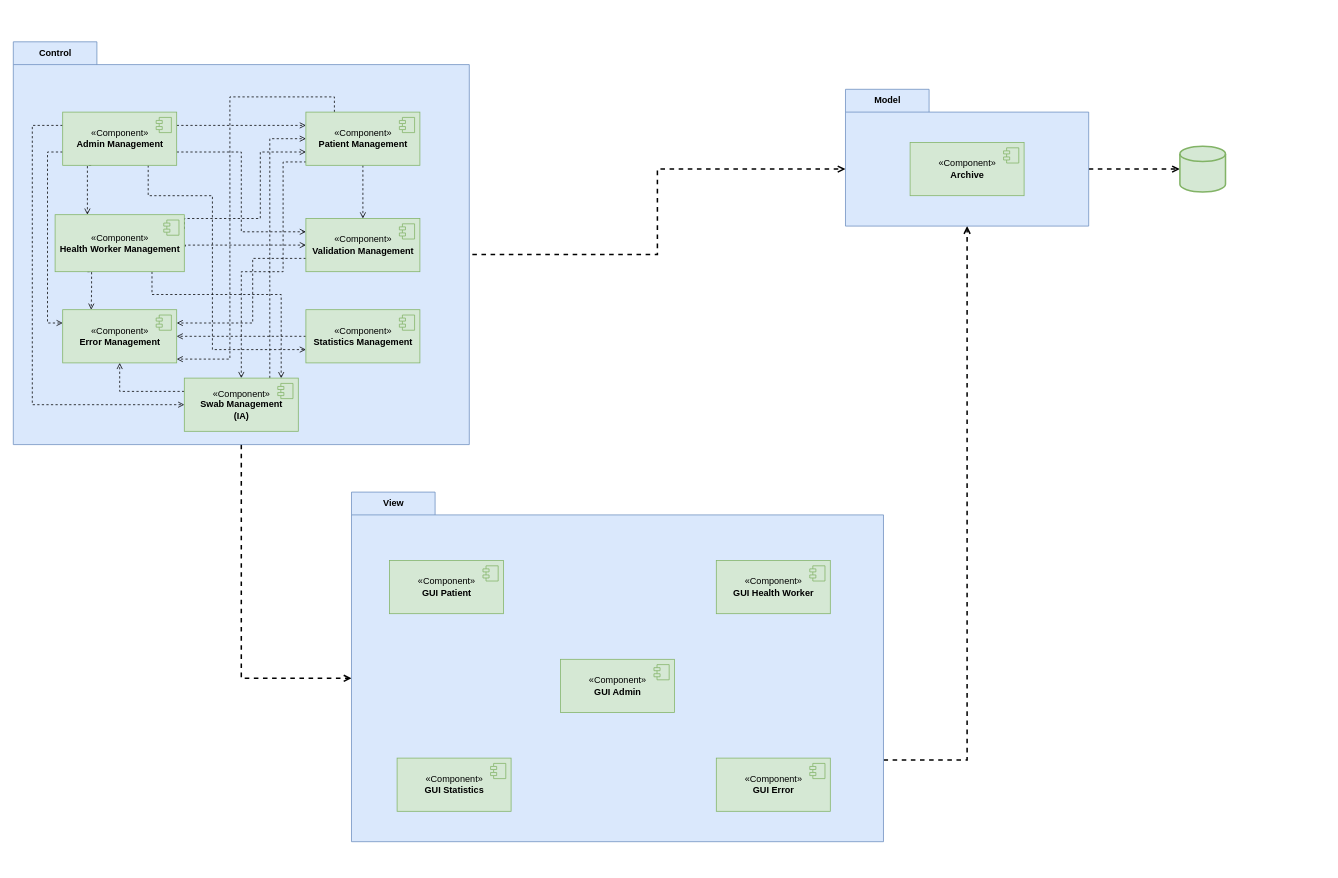
Before: Diagrammi/Component Diagram/Component_Diagram.drawio in lorycris99/Team-HILO, a draw.io diagram. Source tidied: cells renumbered, new cells numbered last; positions are measured from the earlier drawing's top-left corner, leaving out a move shared by most shapes. Both pictures are drawn from the tidied source at 76%, with x=0, y=0 at pixel (13, 42).
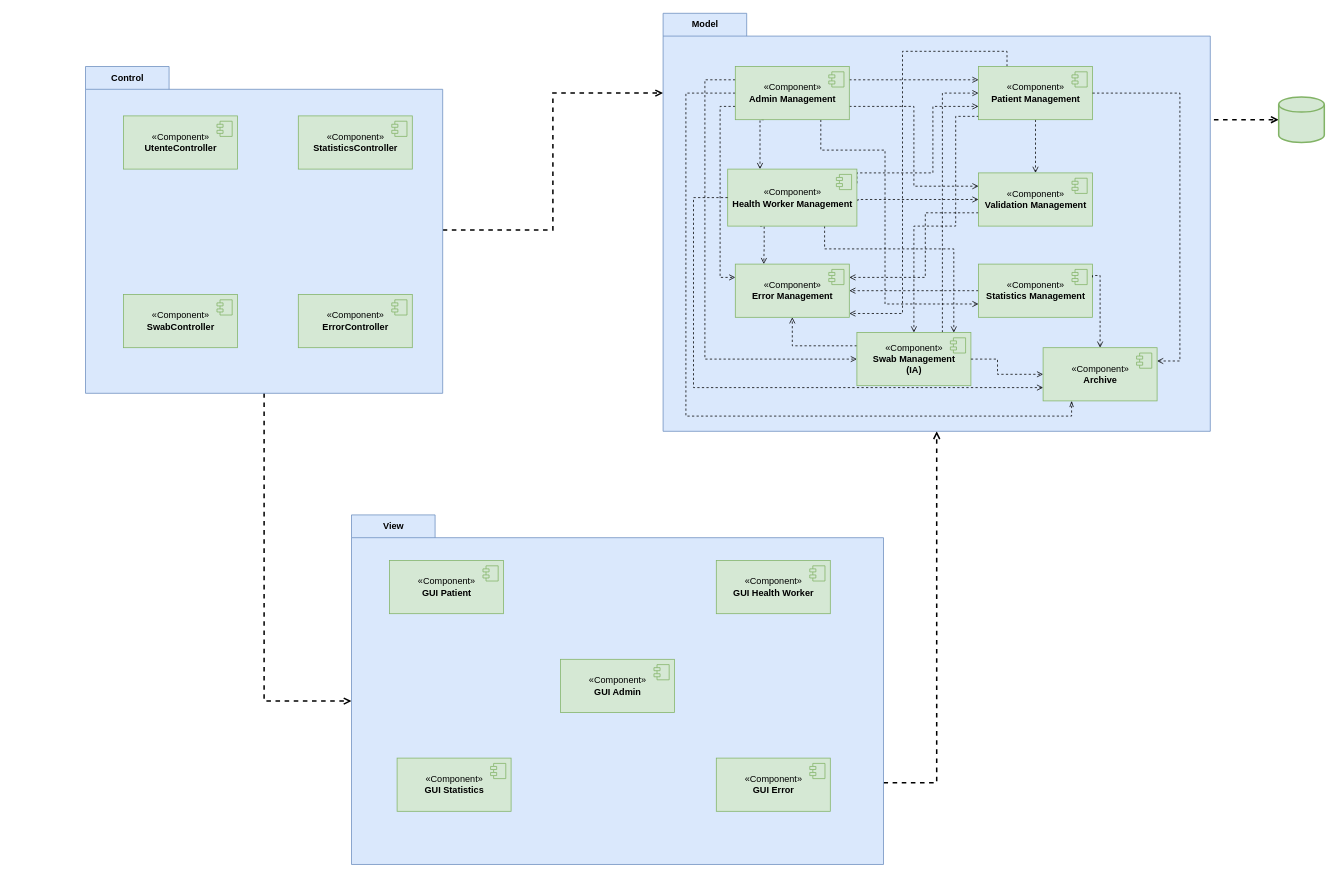
The same diagram, later.

Change to the diagram source:
```diff
@@
-    <mxCell id="3" style="edgeStyle=orthogonalEdgeStyle;rounded=0;jettySize=auto;html=1;exitX=0;exitY=0;exitDx=580;exitDy=280;exitPerimeter=0;entryX=0;entryY=0;entryDx=0;entryDy=105;entryPerimeter=0;dashed=1;endArrow=open;endFill=0;strokeWidth=2;" parent="1" edge="1" source="4" target="8">
+    <mxCell id="3" style="edgeStyle=orthogonalEdgeStyle;rounded=0;jettySize=auto;html=1;entryX=0;entryY=0;entryDx=0;entryDy=105;entryPerimeter=0;dashed=1;endArrow=open;endFill=0;strokeWidth=2;" parent="1" edge="1" source="4" target="8">
       <mxGeometry relative="1" as="geometry" />
     </mxCell>
     <mxCell id="4" value="Control" style="shape=folder;fontStyle=1;tabWidth=110;tabHeight=30;tabPosition=left;html=1;boundedLbl=1;labelInHeader=1;fillColor=#dae8fc;strokeColor=#6c8ebf;" parent="1" vertex="1">
-      <mxGeometry y="-0.5" width="600" height="530" as="geometry" />
+      <mxGeometry x="95" y="32" width="470" height="430" as="geometry" />
     </mxCell>
@@
     <mxCell id="6" value="View" style="shape=folder;fontStyle=1;tabWidth=110;tabHeight=30;tabPosition=left;html=1;boundedLbl=1;labelInHeader=1;fillColor=#dae8fc;strokeColor=#6c8ebf;" parent="1" vertex="1">
-      <mxGeometry x="445" y="592" width="700" height="460" as="geometry" />
+      <mxGeometry x="445" y="622" width="700" height="460" as="geometry" />
     </mxCell>
-    <mxCell id="7" style="edgeStyle=orthogonalEdgeStyle;rounded=0;jettySize=auto;html=1;exitX=0;exitY=0;exitDx=320;exitDy=105;exitPerimeter=0;entryX=0;entryY=0.5;entryDx=0;entryDy=0;entryPerimeter=0;dashed=1;endArrow=open;endFill=0;strokeWidth=2;" parent="1" edge="1" source="8" target="48">
-      <mxGeometry relative="1" as="geometry" />
+    <mxCell id="7" style="edgeStyle=orthogonalEdgeStyle;rounded=0;jettySize=auto;html=1;exitX=0.977;exitY=0.276;exitDx=0;exitDy=0;exitPerimeter=0;entryX=0;entryY=0.5;entryDx=0;entryDy=0;entryPerimeter=0;dashed=1;endArrow=open;endFill=0;strokeWidth=2;" parent="1" edge="1" source="8" target="48">
+      <mxGeometry relative="1" as="geometry">
+        <Array as="points">
+          <mxPoint x="1461" y="102" />
+        </Array>
+      </mxGeometry>
     </mxCell>
     <mxCell id="8" value="Model" style="shape=folder;fontStyle=1;tabWidth=110;tabHeight=30;tabPosition=left;html=1;boundedLbl=1;labelInHeader=1;fillColor=#dae8fc;strokeColor=#6c8ebf;" parent="1" vertex="1">
-      <mxGeometry x="1095" y="62" width="320" height="180" as="geometry" />
+      <mxGeometry x="855" y="-38" width="720" height="550" as="geometry" />
     </mxCell>
@@
     <mxCell id="10" style="edgeStyle=orthogonalEdgeStyle;rounded=0;jettySize=auto;html=1;exitX=0.25;exitY=1;exitDx=0;exitDy=0;entryX=0.25;entryY=0;entryDx=0;entryDy=0;dashed=1;endArrow=open;endFill=0;strokeWidth=1;" parent="1" edge="1" source="15" target="28">
       <mxGeometry relative="1" as="geometry">
         <Array as="points">
-          <mxPoint x="98" y="162" />
+          <mxPoint x="983" y="102" />
         </Array>
       </mxGeometry>
     </mxCell>
@@
     <mxCell id="13" style="edgeStyle=orthogonalEdgeStyle;rounded=0;jettySize=auto;html=1;exitX=0.75;exitY=1;exitDx=0;exitDy=0;entryX=0;entryY=0.75;entryDx=0;entryDy=0;dashed=1;endArrow=open;endFill=0;strokeWidth=1;" parent="1" edge="1" source="15" target="36">
       <mxGeometry relative="1" as="geometry">
         <Array as="points">
-          <mxPoint x="178" y="202" />
-          <mxPoint x="262" y="202" />
-          <mxPoint x="262" y="404" />
+          <mxPoint x="1063" y="142" />
+          <mxPoint x="1147" y="142" />
+          <mxPoint x="1147" y="344" />
         </Array>
       </mxGeometry>
     </mxCell>
     <mxCell id="14" style="edgeStyle=orthogonalEdgeStyle;rounded=0;jettySize=auto;html=1;exitX=0;exitY=0.25;exitDx=0;exitDy=0;entryX=0;entryY=0.5;entryDx=0;entryDy=0;dashed=1;endArrow=open;endFill=0;strokeWidth=1;" parent="1" edge="1" source="15" target="51">
       <mxGeometry relative="1" as="geometry">
         <Array as="points">
-          <mxPoint x="25" y="110" />
-          <mxPoint x="25" y="477" />
+          <mxPoint x="910" y="50" />
+          <mxPoint x="910" y="417" />
         </Array>
       </mxGeometry>
     </mxCell>
+    <mxCell id="53" style="edgeStyle=orthogonalEdgeStyle;rounded=0;jettySize=auto;html=1;exitX=0;exitY=0.5;exitDx=0;exitDy=0;dashed=1;endArrow=openThin;endFill=0;entryX=0.25;entryY=1;entryDx=0;entryDy=0;" parent="1" edge="1" source="15" target="38">
+      <mxGeometry relative="1" as="geometry">
+        <Array as="points">
+          <mxPoint x="885" y="67" />
+          <mxPoint x="885" y="492" />
+          <mxPoint x="1392" y="492" />
+        </Array>
+      </mxGeometry>
+    </mxCell>
     <mxCell id="15" value="«Component»&lt;br&gt;&lt;b&gt;Admin Management&lt;/b&gt;" style="html=1;fillColor=#d5e8d4;strokeColor=#82b366;" parent="1" vertex="1">
-      <mxGeometry x="65" y="92" width="150" height="70" as="geometry" />
+      <mxGeometry x="950" y="32" width="150" height="70" as="geometry" />
     </mxCell>
@@
     <mxCell id="20" style="edgeStyle=orthogonalEdgeStyle;rounded=0;jettySize=auto;html=1;exitX=0.25;exitY=0;exitDx=0;exitDy=0;dashed=1;endArrow=open;endFill=0;strokeWidth=1;" parent="1" edge="1" source="22" target="33">
       <mxGeometry relative="1" as="geometry">
         <Array as="points">
-          <mxPoint x="422" y="72" />
-          <mxPoint x="285" y="72" />
-          <mxPoint x="285" y="417" />
+          <mxPoint x="1307" y="12" />
+          <mxPoint x="1170" y="12" />
+          <mxPoint x="1170" y="357" />
         </Array>
       </mxGeometry>
     </mxCell>
     <mxCell id="21" style="edgeStyle=orthogonalEdgeStyle;rounded=0;jettySize=auto;html=1;exitX=0.004;exitY=0.937;exitDx=0;exitDy=0;entryX=0.5;entryY=0;entryDx=0;entryDy=0;dashed=1;endArrow=open;endFill=0;strokeWidth=1;exitPerimeter=0;" parent="1" edge="1" source="22" target="51">
       <mxGeometry relative="1" as="geometry">
         <Array as="points">
-          <mxPoint x="355" y="158" />
-          <mxPoint x="355" y="302" />
-          <mxPoint x="300" y="302" />
+          <mxPoint x="1240" y="98" />
+          <mxPoint x="1240" y="242" />
+          <mxPoint x="1185" y="242" />
         </Array>
       </mxGeometry>
     </mxCell>
     <mxCell id="22" value="«Component»&lt;br&gt;&lt;b&gt;Patient Management&lt;/b&gt;" style="html=1;fillColor=#d5e8d4;strokeColor=#82b366;" parent="1" vertex="1">
-      <mxGeometry x="385" y="92" width="150" height="70" as="geometry" />
+      <mxGeometry x="1270" y="32" width="150" height="70" as="geometry" />
     </mxCell>
@@
     <mxCell id="24" style="edgeStyle=orthogonalEdgeStyle;rounded=0;jettySize=auto;html=1;exitX=1;exitY=0.25;exitDx=0;exitDy=0;entryX=0;entryY=0.75;entryDx=0;entryDy=0;dashed=1;endArrow=open;endFill=0;strokeWidth=1;" parent="1" edge="1" source="28" target="22">
       <mxGeometry relative="1" as="geometry">
         <Array as="points">
-          <mxPoint x="225" y="232" />
-          <mxPoint x="325" y="232" />
-          <mxPoint x="325" y="144" />
+          <mxPoint x="1110" y="172" />
+          <mxPoint x="1210" y="172" />
+          <mxPoint x="1210" y="84" />
         </Array>
       </mxGeometry>
     </mxCell>
     <mxCell id="25" style="edgeStyle=orthogonalEdgeStyle;rounded=0;jettySize=auto;html=1;exitX=1.007;exitY=0.56;exitDx=0;exitDy=0;entryX=0;entryY=0.5;entryDx=0;entryDy=0;dashed=1;endArrow=open;endFill=0;strokeWidth=1;exitPerimeter=0;" parent="1" edge="1" source="28" target="31">
       <mxGeometry relative="1" as="geometry">
         <Array as="points">
-          <mxPoint x="226" y="267" />
+          <mxPoint x="1111" y="207" />
         </Array>
       </mxGeometry>
     </mxCell>
     <mxCell id="26" style="edgeStyle=orthogonalEdgeStyle;rounded=0;jettySize=auto;html=1;exitX=0.25;exitY=1;exitDx=0;exitDy=0;entryX=0.25;entryY=0;entryDx=0;entryDy=0;dashed=1;endArrow=open;endFill=0;strokeWidth=1;" parent="1" edge="1" source="28" target="33">
       <mxGeometry relative="1" as="geometry">
         <Array as="points">
-          <mxPoint x="103" y="302" />
-          <mxPoint x="103" y="327" />
+          <mxPoint x="988" y="242" />
+          <mxPoint x="988" y="267" />
         </Array>
       </mxGeometry>
     </mxCell>
     <mxCell id="27" style="edgeStyle=orthogonalEdgeStyle;rounded=0;jettySize=auto;html=1;exitX=0.75;exitY=1;exitDx=0;exitDy=0;entryX=0.85;entryY=0.002;entryDx=0;entryDy=0;entryPerimeter=0;dashed=1;endArrow=open;endFill=0;strokeWidth=1;" parent="1" edge="1" source="28" target="51">
       <mxGeometry relative="1" as="geometry">
         <Array as="points">
-          <mxPoint x="182" y="332" />
-          <mxPoint x="352" y="332" />
+          <mxPoint x="1067" y="272" />
+          <mxPoint x="1237" y="272" />
         </Array>
       </mxGeometry>
     </mxCell>
     <mxCell id="28" value="«Component»&lt;br&gt;&lt;b&gt;Health Worker Management&lt;/b&gt;" style="html=1;fillColor=#d5e8d4;strokeColor=#82b366;" parent="1" vertex="1">
-      <mxGeometry x="55" y="227" width="170" height="75" as="geometry" />
+      <mxGeometry x="940" y="167" width="170" height="75" as="geometry" />
     </mxCell>
@@
     <mxCell id="30" style="edgeStyle=orthogonalEdgeStyle;rounded=0;jettySize=auto;html=1;exitX=0;exitY=0.75;exitDx=0;exitDy=0;entryX=1;entryY=0.25;entryDx=0;entryDy=0;dashed=1;endArrow=open;endFill=0;strokeWidth=1;" parent="1" edge="1" source="31" target="33">
       <mxGeometry relative="1" as="geometry">
         <Array as="points">
-          <mxPoint x="315" y="284" />
-          <mxPoint x="315" y="370" />
+          <mxPoint x="1200" y="224" />
+          <mxPoint x="1200" y="310" />
         </Array>
       </mxGeometry>
     </mxCell>
     <mxCell id="31" value="«Component»&lt;br&gt;&lt;b&gt;Validation Management&lt;/b&gt;" style="html=1;fillColor=#d5e8d4;strokeColor=#82b366;" parent="1" vertex="1">
-      <mxGeometry x="385" y="232" width="150" height="70" as="geometry" />
+      <mxGeometry x="1270" y="172" width="150" height="70" as="geometry" />
     </mxCell>
@@
     <mxCell id="33" value="«Component»&lt;br&gt;&lt;b&gt;Error Management&lt;/b&gt;" style="html=1;fillColor=#d5e8d4;strokeColor=#82b366;" parent="1" vertex="1">
-      <mxGeometry x="65" y="352" width="150" height="70" as="geometry" />
+      <mxGeometry x="950" y="292" width="150" height="70" as="geometry" />
     </mxCell>
@@
     <mxCell id="36" value="«Component»&lt;br&gt;&lt;b&gt;Statistics Management&lt;/b&gt;" style="html=1;fillColor=#d5e8d4;strokeColor=#82b366;" parent="1" vertex="1">
-      <mxGeometry x="385" y="352" width="150" height="70" as="geometry" />
+      <mxGeometry x="1270" y="292" width="150" height="70" as="geometry" />
     </mxCell>
@@
     <mxCell id="38" value="«Component»&lt;br&gt;&lt;b&gt;Archive&lt;/b&gt;" style="html=1;fillColor=#d5e8d4;strokeColor=#82b366;" parent="1" vertex="1">
-      <mxGeometry x="1180" y="132" width="150" height="70" as="geometry" />
+      <mxGeometry x="1355" y="402" width="150" height="70" as="geometry" />
     </mxCell>
@@
     <mxCell id="48" style="strokeWidth=2;html=1;shape=mxgraph.flowchart.database;whiteSpace=wrap;fillColor=#d5e8d4;strokeColor=#82b366;" parent="1" vertex="1">
-      <mxGeometry x="1535" y="137" width="60" height="60" as="geometry" />
+      <mxGeometry x="1665" y="72" width="60" height="60" as="geometry" />
     </mxCell>
@@
     <mxCell id="51" value="«Component»&lt;br&gt;&lt;b&gt;Swab Management&lt;br&gt;(IA)&lt;br&gt;&lt;/b&gt;" style="html=1;fillColor=#d5e8d4;strokeColor=#82b366;" parent="1" vertex="1">
-      <mxGeometry x="225" y="442" width="150" height="70" as="geometry" />
+      <mxGeometry x="1110" y="382" width="150" height="70" as="geometry" />
     </mxCell>
@@
+    <mxCell id="54" value="«Component»&lt;br&gt;&lt;b&gt;UtenteController&lt;/b&gt;" style="html=1;fillColor=#d5e8d4;strokeColor=#82b366;" parent="1" vertex="1">
+      <mxGeometry x="145" y="97" width="150" height="70" as="geometry" />
+    </mxCell>
+    <mxCell id="55" style="shape=module;jettyWidth=8;jettyHeight=4;fillColor=#d5e8d4;strokeColor=#82b366;" parent="54" vertex="1">
+      <mxGeometry x="1" width="20" height="20" relative="1" as="geometry">
+        <mxPoint x="-27" y="7" as="offset" />
+      </mxGeometry>
+    </mxCell>
+    <mxCell id="56" value="«Component»&lt;br&gt;&lt;b&gt;Statistics&lt;/b&gt;&lt;b&gt;Controller&lt;/b&gt;" style="html=1;fillColor=#d5e8d4;strokeColor=#82b366;" parent="1" vertex="1">
+      <mxGeometry x="375" y="97" width="150" height="70" as="geometry" />
+    </mxCell>
+    <mxCell id="57" style="shape=module;jettyWidth=8;jettyHeight=4;fillColor=#d5e8d4;strokeColor=#82b366;" parent="56" vertex="1">
+      <mxGeometry x="1" width="20" height="20" relative="1" as="geometry">
+        <mxPoint x="-27" y="7" as="offset" />
+      </mxGeometry>
+    </mxCell>
+    <mxCell id="58" value="«Component»&lt;br&gt;&lt;b&gt;Swab&lt;/b&gt;&lt;b&gt;Controller&lt;/b&gt;" style="html=1;fillColor=#d5e8d4;strokeColor=#82b366;" parent="1" vertex="1">
+      <mxGeometry x="145" y="332" width="150" height="70" as="geometry" />
+    </mxCell>
+    <mxCell id="59" style="shape=module;jettyWidth=8;jettyHeight=4;fillColor=#d5e8d4;strokeColor=#82b366;" parent="58" vertex="1">
+      <mxGeometry x="1" width="20" height="20" relative="1" as="geometry">
+        <mxPoint x="-27" y="7" as="offset" />
+      </mxGeometry>
+    </mxCell>
+    <mxCell id="60" value="«Component»&lt;br&gt;&lt;b&gt;ErrorController&lt;/b&gt;" style="html=1;fillColor=#d5e8d4;strokeColor=#82b366;" parent="1" vertex="1">
+      <mxGeometry x="375" y="332" width="150" height="70" as="geometry" />
+    </mxCell>
+    <mxCell id="61" style="shape=module;jettyWidth=8;jettyHeight=4;fillColor=#d5e8d4;strokeColor=#82b366;" parent="60" vertex="1">
+      <mxGeometry x="1" width="20" height="20" relative="1" as="geometry">
+        <mxPoint x="-27" y="7" as="offset" />
+      </mxGeometry>
+    </mxCell>
+    <mxCell id="62" style="edgeStyle=orthogonalEdgeStyle;rounded=0;jettySize=auto;html=1;exitX=1;exitY=0.5;exitDx=0;exitDy=0;dashed=1;endArrow=open;endFill=0;strokeWidth=1;entryX=0;entryY=0.5;entryDx=0;entryDy=0;" parent="1" edge="1" source="51" target="38">
+      <mxGeometry relative="1" as="geometry">
+        <Array as="points">
+          <mxPoint x="1295" y="417" />
+          <mxPoint x="1295" y="437" />
+        </Array>
+      </mxGeometry>
+    </mxCell>
+    <mxCell id="63" style="edgeStyle=orthogonalEdgeStyle;rounded=0;jettySize=auto;html=1;exitX=1;exitY=0.5;exitDx=0;exitDy=0;entryX=1;entryY=0.25;entryDx=0;entryDy=0;dashed=1;endArrow=open;endFill=0;strokeWidth=1;" parent="1" edge="1" source="22" target="38">
+      <mxGeometry relative="1" as="geometry">
+        <Array as="points">
+          <mxPoint x="1535" y="67" />
+          <mxPoint x="1535" y="420" />
+        </Array>
+      </mxGeometry>
+    </mxCell>
+    <mxCell id="64" style="edgeStyle=orthogonalEdgeStyle;rounded=0;jettySize=auto;html=1;exitX=1;exitY=0.25;exitDx=0;exitDy=0;dashed=1;endArrow=open;endFill=0;strokeWidth=1;entryX=0.5;entryY=0;entryDx=0;entryDy=0;" parent="1" edge="1" source="36" target="38">
+      <mxGeometry relative="1" as="geometry">
+        <Array as="points">
+          <mxPoint x="1420" y="307" />
+          <mxPoint x="1430" y="307" />
+        </Array>
+      </mxGeometry>
+    </mxCell>
+    <mxCell id="65" style="edgeStyle=orthogonalEdgeStyle;rounded=0;jettySize=auto;html=1;exitX=0;exitY=0.5;exitDx=0;exitDy=0;dashed=1;endArrow=open;endFill=0;strokeWidth=1;entryX=0;entryY=0.75;entryDx=0;entryDy=0;" parent="1" edge="1" source="28" target="38">
+      <mxGeometry relative="1" as="geometry">
+        <Array as="points">
+          <mxPoint x="895" y="204" />
+          <mxPoint x="895" y="455" />
+        </Array>
+      </mxGeometry>
+    </mxCell>
```
